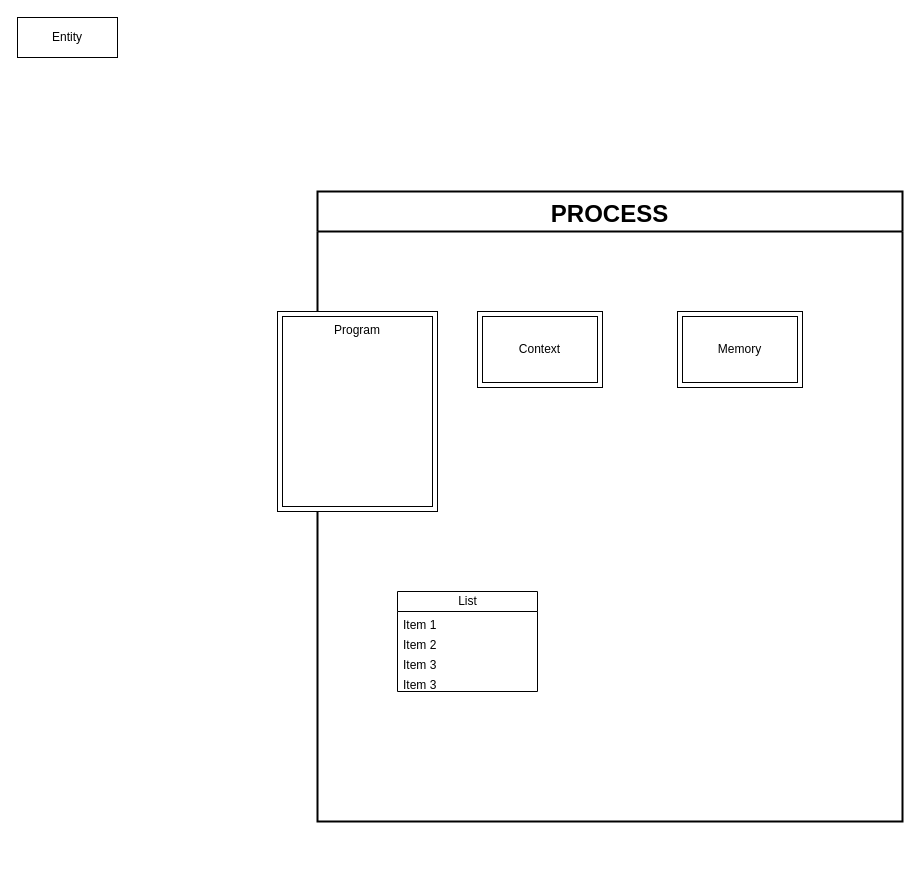
The draw.io diagram page "Dump" (2 of 3) of diagram.drawio in akariumfish/nodulo, before the edit. Source tidied: cells renumbered, new cells numbered last; positions are measured from the earlier drawing's top-left corner, leaving out a move shared by most shapes. Both pictures are drawn from the tidied source at 100%, with x=0, y=0 at pixel (17, 17).
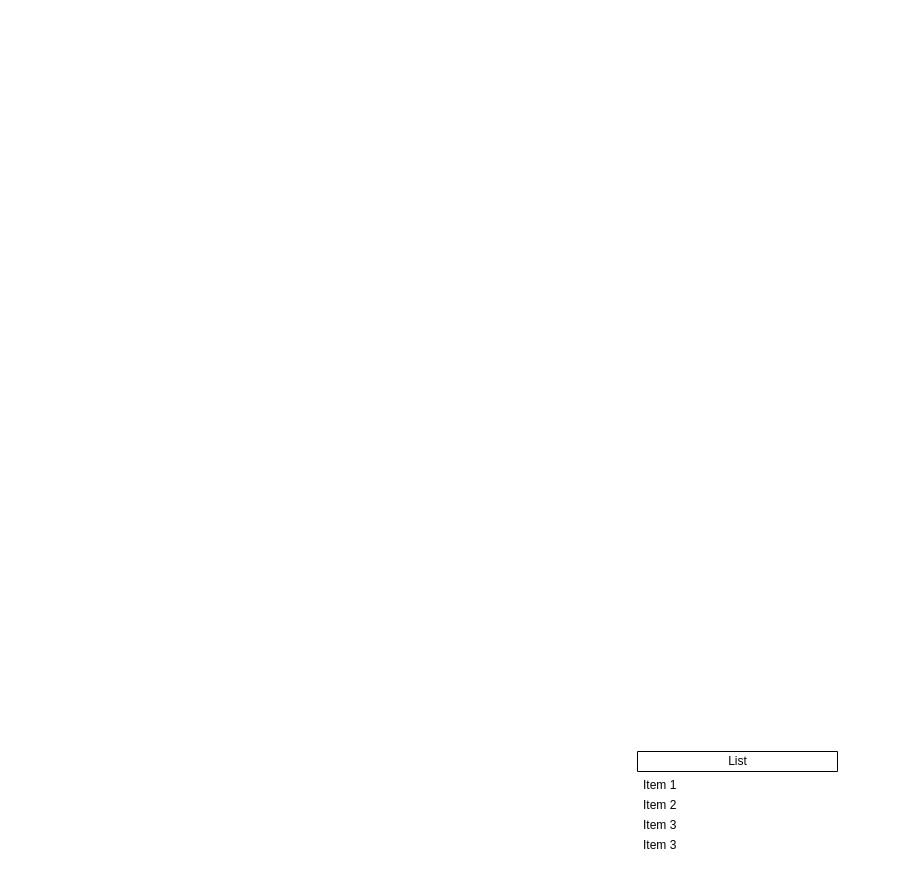
After the change.

Diff of the diagram source:
```diff
@@
 <mxGraphModel>
   <root>
     <mxCell id="0" />
     <mxCell id="1" parent="0" />
-    <mxCell id="2" value="Entity" style="whiteSpace=wrap;html=1;align=center;" parent="1" vertex="1">
-      <mxGeometry width="100" height="40" as="geometry" />
-    </mxCell>
-    <mxCell id="3" value="PROCESS" style="swimlane;startSize=40;fontSize=24;foldingIconSize=40;noLabel=0;fixDash=0;moveIcon=0;movableLabel=0;editIcon=0;fixedWidth=0;enumerate=0;fixedHeader=1;strokeWidth=2;strokeColor=light-dark(#000000,#FFFFFF);" parent="1" vertex="1">
-      <mxGeometry x="300" y="174" width="585" height="630" as="geometry" />
-    </mxCell>
-    <mxCell id="4" value="Program" style="shape=ext;margin=3;double=1;whiteSpace=wrap;html=1;align=center;labelPosition=center;verticalLabelPosition=middle;verticalAlign=top;spacingTop=0;" parent="3" vertex="1">
-      <mxGeometry x="-40" y="120" width="160" height="200" as="geometry" />
-    </mxCell>
-    <mxCell id="5" value="Context" style="shape=ext;margin=3;double=1;whiteSpace=wrap;html=1;align=center;" parent="3" vertex="1">
-      <mxGeometry x="160" y="120" width="125" height="76" as="geometry" />
-    </mxCell>
-    <mxCell id="6" value="Memory" style="shape=ext;margin=3;double=1;whiteSpace=wrap;html=1;align=center;" parent="3" vertex="1">
-      <mxGeometry x="360" y="120" width="125" height="76" as="geometry" />
-    </mxCell>
-    <mxCell id="7" value="List" style="swimlane;fontStyle=0;horizontal=1;startSize=20;fillColor=none;html=1;foldingIconSize=20;" parent="3" vertex="1">
-      <mxGeometry x="80" y="400" width="140" height="100" as="geometry" />
+    <mxCell id="7" value="List" style="swimlane;fontStyle=0;horizontal=1;startSize=20;fillColor=none;html=1;foldingIconSize=20;strokeColor=default;swimlaneBody=0;" parent="1" vertex="1">
+      <mxGeometry x="620" y="734" width="200" height="100" as="geometry" />
     </mxCell>
     <mxCell id="8" value="Item 1" style="text;strokeColor=none;fillColor=none;align=left;verticalAlign=top;spacingLeft=4;spacingRight=4;overflow=hidden;whiteSpace=wrap;html=1;" parent="7" vertex="1">
-      <mxGeometry y="20" width="140" height="20" as="geometry" />
+      <mxGeometry y="20" width="200" height="20" as="geometry" />
     </mxCell>
     <mxCell id="9" value="Item 2" style="text;strokeColor=none;fillColor=none;align=left;verticalAlign=top;spacingLeft=4;spacingRight=4;overflow=hidden;whiteSpace=wrap;html=1;" parent="7" vertex="1">
-      <mxGeometry y="40" width="140" height="20" as="geometry" />
+      <mxGeometry y="40" width="200" height="20" as="geometry" />
     </mxCell>
-    <mxCell id="10" value="Item 3" style="text;strokeColor=none;fillColor=none;align=left;verticalAlign=top;spacingLeft=4;spacingRight=4;overflow=hidden;whiteSpace=wrap;html=1;" parent="7" vertex="1">
-      <mxGeometry y="60" width="140" height="20" as="geometry" />
-    </mxCell>
-    <mxCell id="11" value="Item 3" style="text;strokeColor=none;fillColor=none;align=left;verticalAlign=top;spacingLeft=4;spacingRight=4;overflow=hidden;whiteSpace=wrap;html=1;" parent="7" vertex="1">
-      <mxGeometry y="80" width="140" height="20" as="geometry" />
-    </mxCell>
+    <mxCell id="12" value="Item 3" style="text;strokeColor=none;fillColor=none;align=left;verticalAlign=top;spacingLeft=4;spacingRight=4;overflow=hidden;whiteSpace=wrap;html=1;" parent="7" vertex="1">
+      <mxGeometry y="60" width="200" height="20" as="geometry" />
+    </mxCell>
+    <mxCell id="13" value="Item 3" style="text;strokeColor=none;fillColor=none;align=left;verticalAlign=top;spacingLeft=4;spacingRight=4;overflow=hidden;whiteSpace=wrap;html=1;" parent="7" vertex="1">
+      <mxGeometry y="80" width="200" height="20" as="geometry" />
+    </mxCell>
   </root>
 </mxGraphModel>
```
